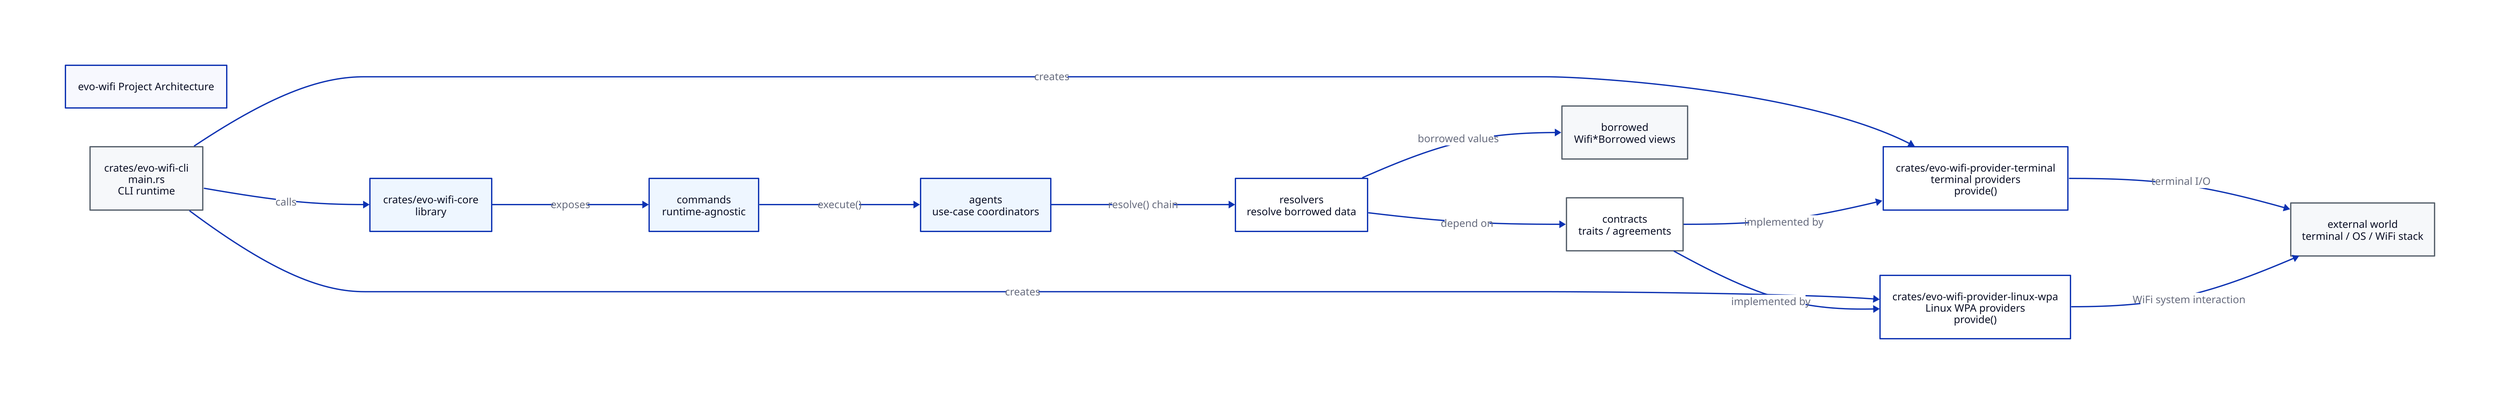
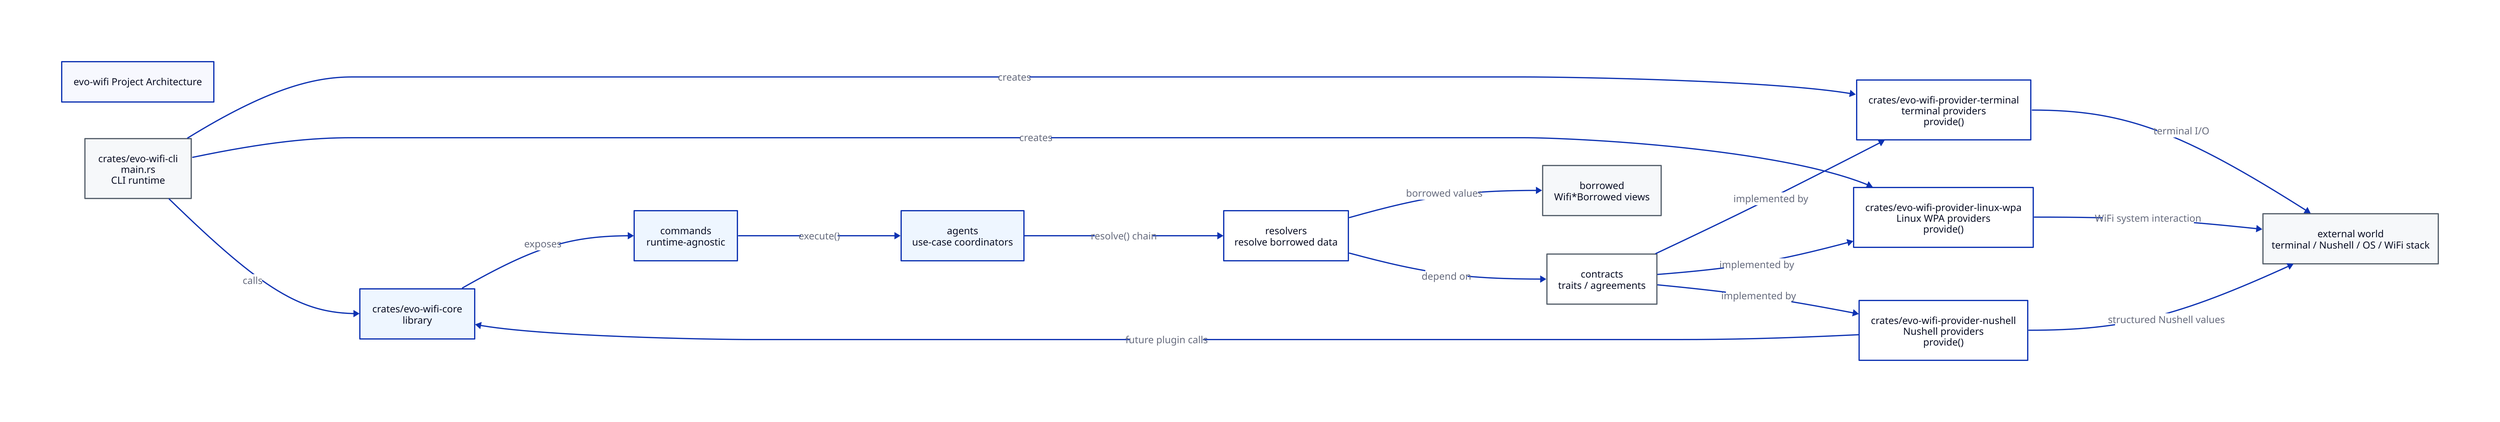
title: "evo-wifi Project Architecture"
direction: right

vars: {
  border: "#59636e"
  accent: "#0D32B2"
  soft: "#eef6ff"
  neutral: "#f6f8fa"
  white: "#ffffff"
}

cli: {
  label: "crates/evo-wifi-cli\nmain.rs\nCLI runtime"
  style.fill: ${neutral}
  style.stroke: ${border}
}

provider_terminal: {
  label: "crates/evo-wifi-provider-terminal\nterminal providers\nprovide()"
  style.fill: ${white}
  style.stroke: ${accent}
}

provider_linux_wpa: {
  label: "crates/evo-wifi-provider-linux-wpa\nLinux WPA providers\nprovide()"
+   style.fill: ${white}
+   style.stroke: ${accent}
+ }
+ 
+ provider_nushell: {
+   label: "crates/evo-wifi-provider-nushell\nNushell providers\nprovide()"
  style.fill: ${white}
  style.stroke: ${accent}
}

core: {
  label: "crates/evo-wifi-core\nlibrary"
  style.fill: ${soft}
  style.stroke: ${accent}
}

commands: {
  label: "commands\nruntime-agnostic"
  style.fill: ${soft}
  style.stroke: ${accent}
}

agents: {
  label: "agents\nuse-case coordinators"
  style.fill: ${soft}
  style.stroke: ${accent}
}

resolvers: {
  label: "resolvers\nresolve borrowed data"
  style.fill: ${white}
  style.stroke: ${accent}
}

contracts: {
  label: "contracts\ntraits / agreements"
  style.fill: ${white}
  style.stroke: ${border}
}

borrowed: {
  label: "borrowed\nWifi*Borrowed views"
  style.fill: ${neutral}
  style.stroke: ${border}
}

external: {
-   label: "external world\nterminal / OS / WiFi stack"
+   label: "external world\nterminal / Nushell / OS / WiFi stack"
  style.fill: ${neutral}
  style.stroke: ${border}
}

cli -> provider_terminal: "creates"
cli -> provider_linux_wpa: "creates"
cli -> core: "calls"
+ provider_nushell -> core: "future plugin calls"
core -> commands: "exposes"
commands -> agents: "execute()"
agents -> resolvers: "resolve() chain"
resolvers -> borrowed: "borrowed values"
resolvers -> contracts: "depend on"
contracts -> provider_terminal: "implemented by"
contracts -> provider_linux_wpa: "implemented by"
+ contracts -> provider_nushell: "implemented by"
provider_terminal -> external: "terminal I/O"
provider_linux_wpa -> external: "WiFi system interaction"
+ provider_nushell -> external: "structured Nushell values"
